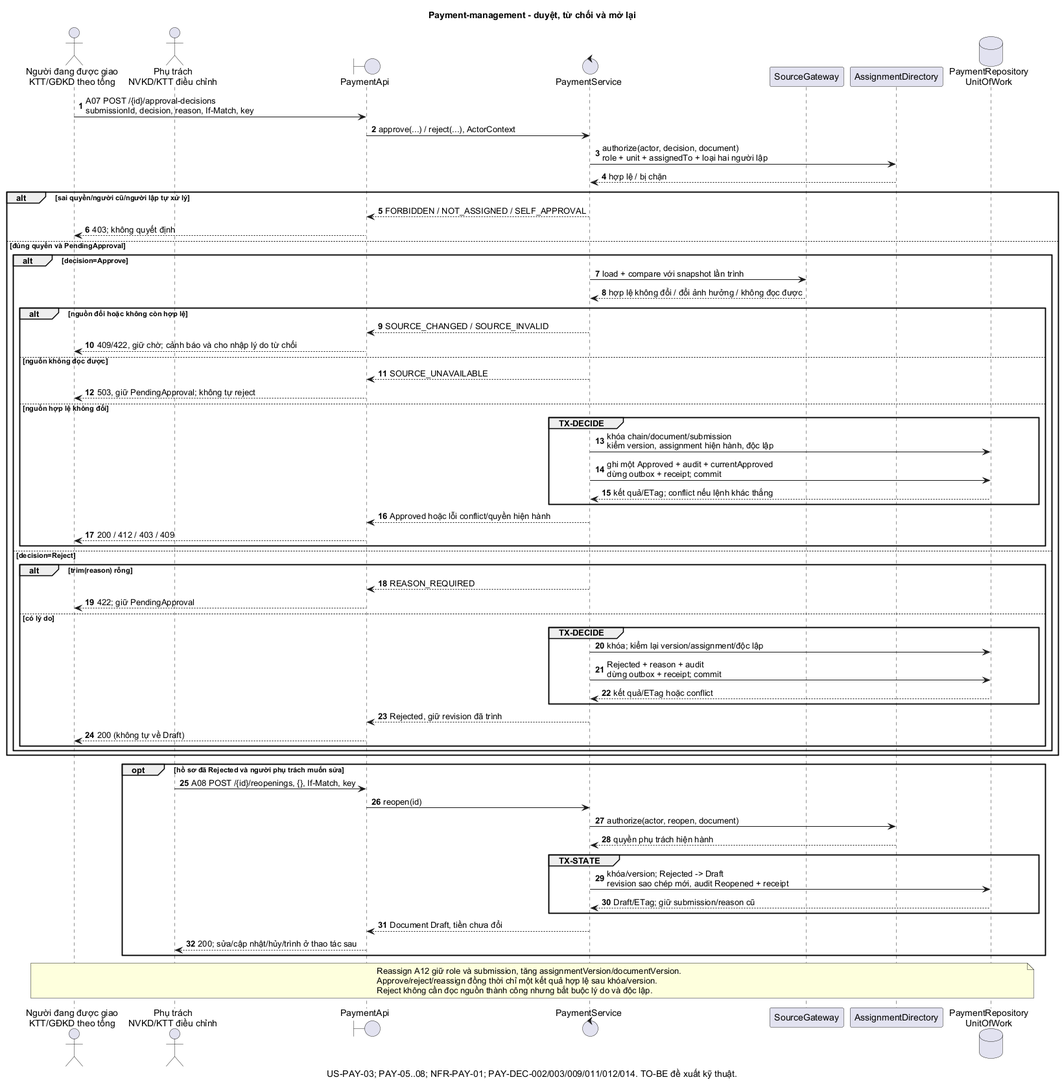
Earlier version of the PlantUML export docs/design/payment-management/diagrams/rendered/sequence-review.png (NotTodaySirr/module_thanh_toan). Source of this version:
```plantuml
@startuml
title Payment-management - duyệt, từ chối và mở lại
caption US-PAY-03; PAY-05..08; NFR-PAY-01; PAY-DEC-002/003/009/011/012/014. TO-BE đề xuất kỹ thuật.
skinparam defaultFontName Arial
autonumber
actor "Người đang được giao\nKTT/GĐKD theo tổng" as Reviewer
actor "Phụ trách\nNVKD/KTT điều chỉnh" as Owner
boundary PaymentApi as Api
control PaymentService as Service
participant SourceGateway as Source
participant AssignmentDirectory as Auth
database "PaymentRepository\nUnitOfWork" as Repo

Reviewer -> Api : A07 POST /{id}/approval-decisions\nsubmissionId, decision, reason, If-Match, key
Api -> Service : approve(...) / reject(...), ActorContext
Service -> Auth : authorize(actor, decision, document)\nrole + unit + assignedTo + loại hai người lập
Auth --> Service : hợp lệ / bị chặn
alt sai quyền/người cũ/người lập tự xử lý
  Service --> Api : FORBIDDEN / NOT_ASSIGNED / SELF_APPROVAL
  Api --> Reviewer : 403; không quyết định
else đúng quyền và PendingApproval
  alt decision=Approve
    Service -> Source : load + compare với snapshot lần trình
    Source --> Service : hợp lệ không đổi / đổi ảnh hưởng / không đọc được
    alt nguồn đổi hoặc không còn hợp lệ
      Service --> Api : SOURCE_CHANGED / SOURCE_INVALID
      Api --> Reviewer : 409/422, giữ chờ; cảnh báo và cho nhập lý do từ chối
    else nguồn không đọc được
      Service --> Api : SOURCE_UNAVAILABLE
      Api --> Reviewer : 503, giữ PendingApproval; không tự reject
    else nguồn hợp lệ không đổi
      group TX-DECIDE
        Service -> Repo : khóa chain/document/submission\nkiểm version, assignment hiện hành, độc lập
        Service -> Repo : ghi một Approved + audit + currentApproved\ndừng outbox + receipt; commit
        Repo --> Service : kết quả/ETag; conflict nếu lệnh khác thắng
      end
      Service --> Api : Approved hoặc lỗi conflict/quyền hiện hành
      Api --> Reviewer : 200 / 412 / 403 / 409
    end
  else decision=Reject
    alt trim(reason) rỗng
      Service --> Api : REASON_REQUIRED
      Api --> Reviewer : 422; giữ PendingApproval
    else có lý do
      group TX-DECIDE
        Service -> Repo : khóa; kiểm lại version/assignment/độc lập
        Service -> Repo : Rejected + reason + audit\ndừng outbox + receipt; commit
        Repo --> Service : kết quả/ETag hoặc conflict
      end
      Service --> Api : Rejected, giữ revision đã trình
      Api --> Reviewer : 200 (không tự về Draft)
    end
  end
end

opt hồ sơ đã Rejected và người phụ trách muốn sửa
  Owner -> Api : A08 POST /{id}/reopenings, {}, If-Match, key
  Api -> Service : reopen(id)
  Service -> Auth : authorize(actor, reopen, document)
  Auth --> Service : quyền phụ trách hiện hành
  group TX-STATE
    Service -> Repo : khóa/version; Rejected -> Draft\nrevision sao chép mới, audit Reopened + receipt
    Repo --> Service : Draft/ETag; giữ submission/reason cũ
  end
  Service --> Api : Document Draft, tiền chưa đổi
  Api --> Owner : 200; sửa/cập nhật/hủy/trình ở thao tác sau
end
note over Reviewer,Repo
  Reassign A12 giữ role và submission, tăng assignmentVersion/documentVersion.
  Approve/reject/reassign đồng thời chỉ một kết quả hợp lệ sau khóa/version.
  Reject không cần đọc nguồn thành công nhưng bắt buộc lý do và độc lập.
end note
@enduml
```
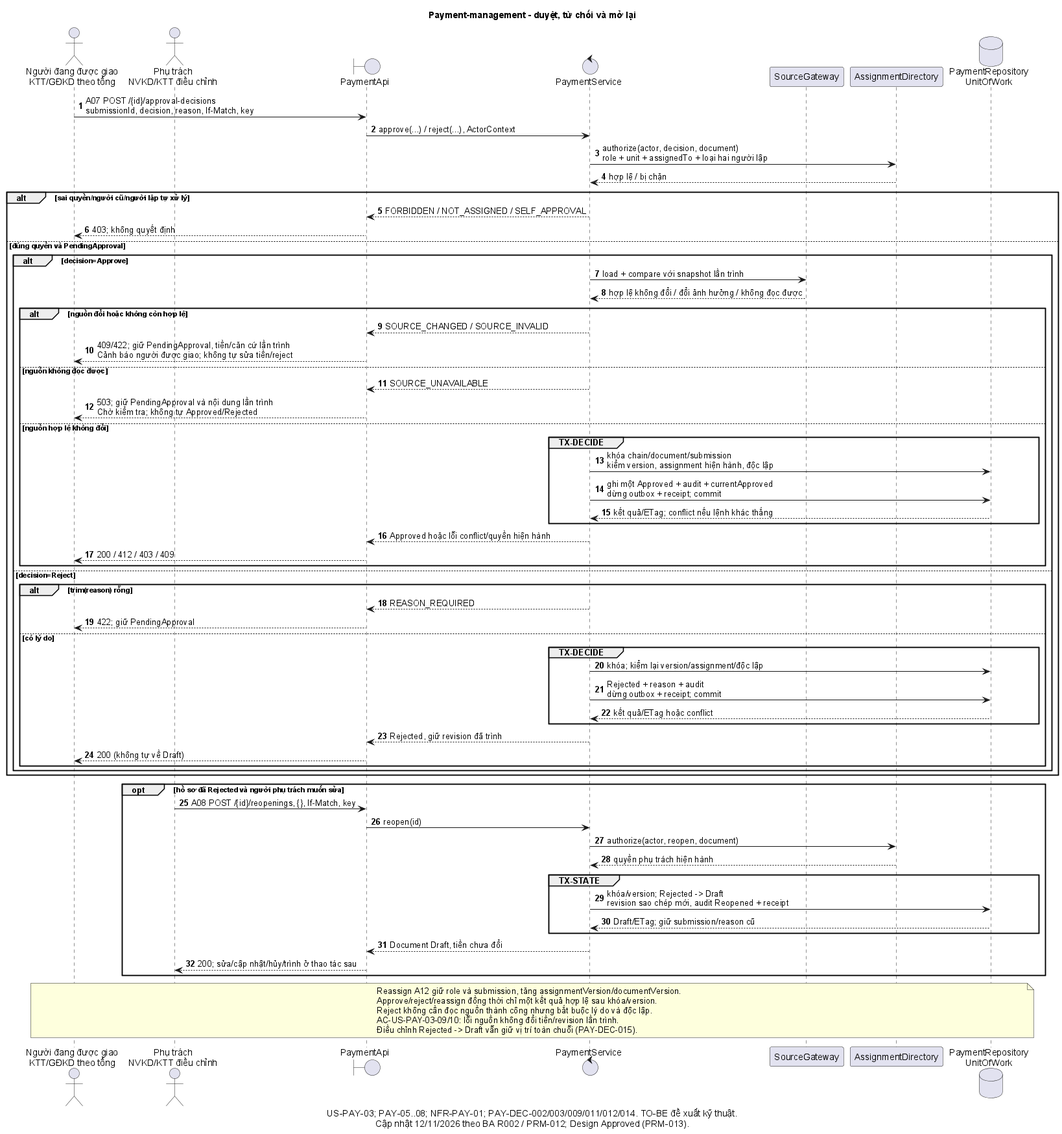
Later version of the same file.

Diff of the diagram source:
```diff
@@ -1,6 +1,6 @@
 @startuml
 title Payment-management - duyệt, từ chối và mở lại
-caption US-PAY-03; PAY-05..08; NFR-PAY-01; PAY-DEC-002/003/009/011/012/014. TO-BE đề xuất kỹ thuật.
+caption US-PAY-03; PAY-05..08; NFR-PAY-01; PAY-DEC-002/003/009/011/012/014. TO-BE đề xuất kỹ thuật.\nCập nhật 12/11/2026 theo BA R002 / PRM-012; Design Approved (PRM-013).
 skinparam defaultFontName Arial
 autonumber
 actor "Người đang được giao\nKTT/GĐKD theo tổng" as Reviewer
@@ -24,10 +24,10 @@
     Source --> Service : hợp lệ không đổi / đổi ảnh hưởng / không đọc được
     alt nguồn đổi hoặc không còn hợp lệ
       Service --> Api : SOURCE_CHANGED / SOURCE_INVALID
-      Api --> Reviewer : 409/422, giữ chờ; cảnh báo và cho nhập lý do từ chối
+      Api --> Reviewer : 409/422; giữ PendingApproval, tiền/căn cứ lần trình\nCảnh báo người được giao; không tự sửa tiền/reject
     else nguồn không đọc được
       Service --> Api : SOURCE_UNAVAILABLE
-      Api --> Reviewer : 503, giữ PendingApproval; không tự reject
+      Api --> Reviewer : 503; giữ PendingApproval và nội dung lần trình\nChờ kiểm tra; không tự Approved/Rejected
     else nguồn hợp lệ không đổi
       group TX-DECIDE
         Service -> Repo : khóa chain/document/submission\nkiểm version, assignment hiện hành, độc lập
@@ -69,5 +69,7 @@
   Reassign A12 giữ role và submission, tăng assignmentVersion/documentVersion.
   Approve/reject/reassign đồng thời chỉ một kết quả hợp lệ sau khóa/version.
   Reject không cần đọc nguồn thành công nhưng bắt buộc lý do và độc lập.
+  AC-US-PAY-03-09/10: lỗi nguồn không đổi tiền/revision lần trình.
+  Điều chỉnh Rejected -> Draft vẫn giữ vị trí toàn chuỗi (PAY-DEC-015).
 end note
 @enduml
```
